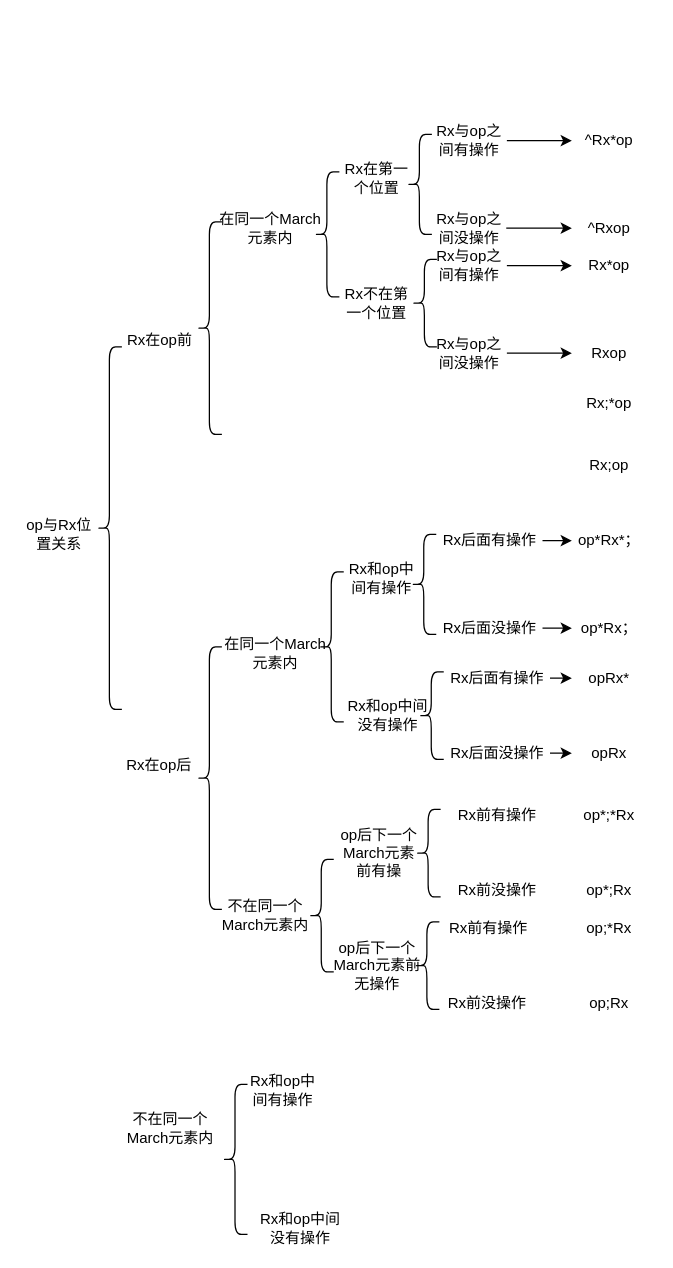
This is doc/rx_and_op.drawio from shanshan-lu/homwork, a draw.io file, before an edit. Source tidied: cells renumbered, new cells numbered last; positions are measured from the earlier drawing's top-left corner, leaving out a move shared by most shapes. Both pictures are drawn from the tidied source at 125%, with x=0, y=0 at pixel (21, 121).
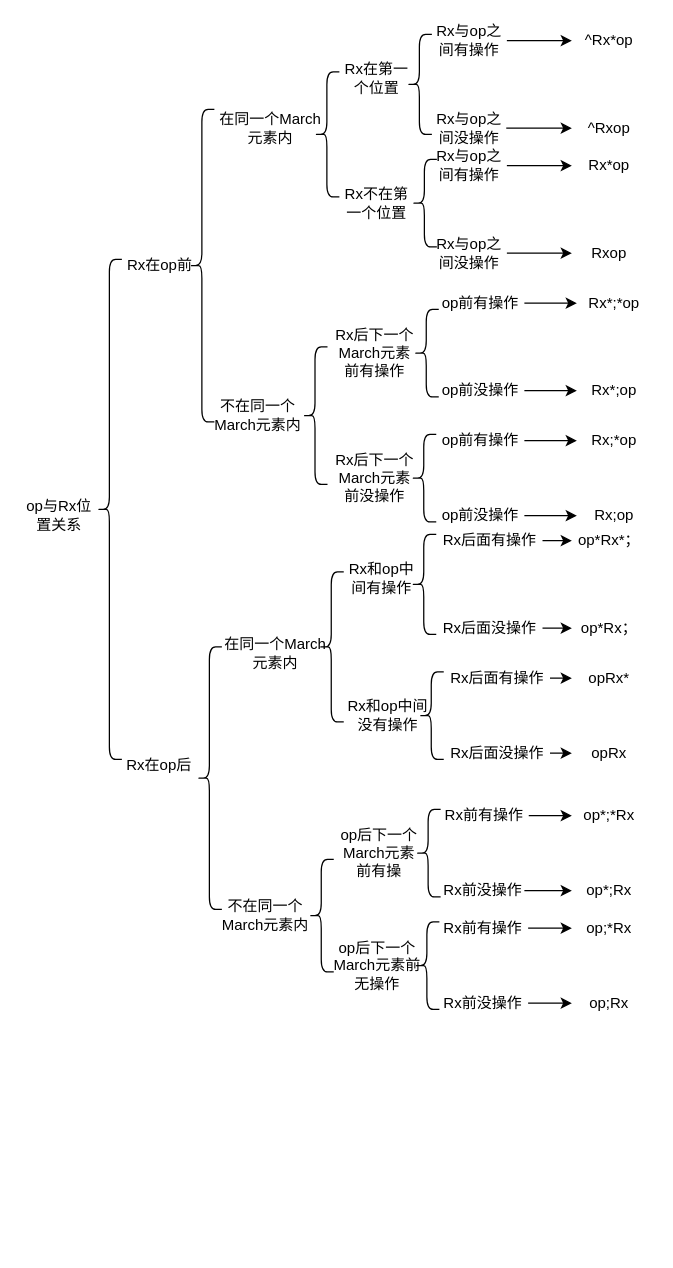
After the change.

The change refers to these unchanged cells:
```xml
<mxCell id="54" value="op*;Rx" style="text;html=1;strokeColor=none;fillColor=none;align=center;verticalAlign=middle;whiteSpace=wrap;rounded=0;" parent="1" vertex="1">
  <mxGeometry x="440" y="600" width="60" height="30" as="geometry" />
</mxCell>
<mxCell id="55" value="op;Rx" style="text;html=1;strokeColor=none;fillColor=none;align=center;verticalAlign=middle;whiteSpace=wrap;rounded=0;" parent="1" vertex="1">
  <mxGeometry x="440" y="690" width="60" height="30" as="geometry" />
</mxCell>
<mxCell id="62" value="op*;*Rx" style="text;html=1;strokeColor=none;fillColor=none;align=center;verticalAlign=middle;whiteSpace=wrap;rounded=0;" parent="1" vertex="1">
  <mxGeometry x="440" y="540" width="60" height="30" as="geometry" />
</mxCell>
<mxCell id="63" value="op;*Rx" style="text;html=1;strokeColor=none;fillColor=none;align=center;verticalAlign=middle;whiteSpace=wrap;rounded=0;" parent="1" vertex="1">
  <mxGeometry x="440" y="630" width="60" height="30" as="geometry" />
</mxCell>
```

The edit, as a diff of the source:
```diff
@@
     <mxCell id="2" style="shape=curlyBracket;whiteSpace=wrap;html=1;rounded=1;labelPosition=left;verticalLabelPosition=middle;align=right;verticalAlign=middle;" parent="1" vertex="1">
-      <mxGeometry x="60" y="180" width="20" height="290" as="geometry" />
+      <mxGeometry x="60" y="110" width="20" height="400" as="geometry" />
     </mxCell>
     <mxCell id="3" value="Rx在op前" style="text;html=1;align=center;verticalAlign=middle;strokeColor=none;fillColor=none;" parent="1" vertex="1">
-      <mxGeometry x="70" y="160" width="80" height="30" as="geometry" />
+      <mxGeometry x="69.5" y="100" width="80" height="30" as="geometry" />
     </mxCell>
@@
     <mxCell id="5" style="shape=curlyBracket;whiteSpace=wrap;html=1;rounded=1;labelPosition=left;verticalLabelPosition=middle;align=right;verticalAlign=middle;" parent="1" vertex="1">
-      <mxGeometry x="140" y="80" width="20" height="170" as="geometry" />
+      <mxGeometry x="134" y="-10" width="20" height="250" as="geometry" />
     </mxCell>
     <mxCell id="6" value="在同一个March元素内" style="text;html=1;strokeColor=none;fillColor=none;align=center;verticalAlign=middle;whiteSpace=wrap;rounded=0;" parent="1" vertex="1">
-      <mxGeometry x="154" y="70" width="90" height="30" as="geometry" />
+      <mxGeometry x="154" y="-10" width="90" height="30" as="geometry" />
     </mxCell>
     <mxCell id="7" value="不在同一个March元素内" style="text;html=1;strokeColor=none;fillColor=none;align=center;verticalAlign=middle;whiteSpace=wrap;rounded=0;" parent="1" vertex="1">
-      <mxGeometry x="74" y="790" width="90" height="30" as="geometry" />
+      <mxGeometry x="144" y="220" width="90" height="30" as="geometry" />
     </mxCell>
@@
     <mxCell id="11" style="shape=curlyBracket;whiteSpace=wrap;html=1;rounded=1;labelPosition=left;verticalLabelPosition=middle;align=right;verticalAlign=middle;" parent="1" vertex="1">
-      <mxGeometry x="234" y="40" width="20" height="100" as="geometry" />
+      <mxGeometry x="234" y="-40" width="20" height="100" as="geometry" />
     </mxCell>
@@
     <mxCell id="14" value="Rx在第一个位置" style="text;html=1;strokeColor=none;fillColor=none;align=center;verticalAlign=middle;whiteSpace=wrap;rounded=0;" parent="1" vertex="1">
-      <mxGeometry x="254" y="30" width="60" height="30" as="geometry" />
+      <mxGeometry x="254" y="-50" width="60" height="30" as="geometry" />
     </mxCell>
     <mxCell id="15" value="Rx不在第一个位置" style="text;html=1;strokeColor=none;fillColor=none;align=center;verticalAlign=middle;whiteSpace=wrap;rounded=0;" parent="1" vertex="1">
-      <mxGeometry x="254" y="130" width="60" height="30" as="geometry" />
+      <mxGeometry x="254" y="50" width="60" height="30" as="geometry" />
     </mxCell>
@@
     <mxCell id="30" style="shape=curlyBracket;whiteSpace=wrap;html=1;rounded=1;labelPosition=left;verticalLabelPosition=middle;align=right;verticalAlign=middle;" parent="1" vertex="1">
-      <mxGeometry x="160.5" y="770" width="20" height="120" as="geometry" />
+      <mxGeometry x="224.5" y="180" width="20" height="110" as="geometry" />
     </mxCell>
-    <mxCell id="31" value="Rx和op中间有操作" style="text;html=1;strokeColor=none;fillColor=none;align=center;verticalAlign=middle;whiteSpace=wrap;rounded=0;" parent="1" vertex="1">
-      <mxGeometry x="179" y="760" width="60" height="30" as="geometry" />
+    <mxCell id="31" value="Rx后下一个March元素前有操作" style="text;html=1;strokeColor=none;fillColor=none;align=center;verticalAlign=middle;whiteSpace=wrap;rounded=0;" parent="1" vertex="1">
+      <mxGeometry x="247" y="170" width="71" height="30" as="geometry" />
     </mxCell>
-    <mxCell id="32" value="Rx和op中间没有操作" style="text;html=1;strokeColor=none;fillColor=none;align=center;verticalAlign=middle;whiteSpace=wrap;rounded=0;" parent="1" vertex="1">
-      <mxGeometry x="187.5" y="870" width="70" height="30" as="geometry" />
-    </mxCell>
     <mxCell id="33" value="op与Rx位置关系" style="text;html=1;strokeColor=none;fillColor=none;align=center;verticalAlign=middle;whiteSpace=wrap;rounded=0;" parent="1" vertex="1">
-      <mxGeometry y="315" width="60" height="30" as="geometry" />
+      <mxGeometry y="300" width="60" height="30" as="geometry" />
     </mxCell>
     <mxCell id="34" style="shape=curlyBracket;whiteSpace=wrap;html=1;rounded=1;labelPosition=left;verticalLabelPosition=middle;align=right;verticalAlign=middle;" parent="1" vertex="1">
-      <mxGeometry x="308" y="10" width="20" height="80" as="geometry" />
+      <mxGeometry x="308" y="-70" width="20" height="80" as="geometry" />
     </mxCell>
     <mxCell id="35" style="shape=curlyBracket;whiteSpace=wrap;html=1;rounded=1;labelPosition=left;verticalLabelPosition=middle;align=right;verticalAlign=middle;" parent="1" vertex="1">
-      <mxGeometry x="312" y="110" width="20" height="70" as="geometry" />
+      <mxGeometry x="312" y="30" width="20" height="70" as="geometry" />
     </mxCell>
@@
     <mxCell id="37" value="Rx与op之间有操作" style="text;html=1;strokeColor=none;fillColor=none;align=center;verticalAlign=middle;whiteSpace=wrap;rounded=0;" parent="1" vertex="1">
-      <mxGeometry x="328" width="60" height="30" as="geometry" />
+      <mxGeometry x="328" y="-80" width="60" height="30" as="geometry" />
     </mxCell>
@@
     <mxCell id="39" value="Rx与op之间没操作" style="text;html=1;strokeColor=none;fillColor=none;align=center;verticalAlign=middle;whiteSpace=wrap;rounded=0;" parent="1" vertex="1">
-      <mxGeometry x="327.5" y="70" width="60" height="30" as="geometry" />
+      <mxGeometry x="327.5" y="-10" width="60" height="30" as="geometry" />
     </mxCell>
@@
     <mxCell id="41" value="Rx与op之间有操作" style="text;html=1;strokeColor=none;fillColor=none;align=center;verticalAlign=middle;whiteSpace=wrap;rounded=0;" parent="1" vertex="1">
-      <mxGeometry x="328" y="100" width="60" height="30" as="geometry" />
+      <mxGeometry x="328" y="20" width="60" height="30" as="geometry" />
     </mxCell>
@@
     <mxCell id="43" value="Rx与op之间没操作" style="text;html=1;strokeColor=none;fillColor=none;align=center;verticalAlign=middle;whiteSpace=wrap;rounded=0;" parent="1" vertex="1">
-      <mxGeometry x="328" y="170" width="60" height="30" as="geometry" />
+      <mxGeometry x="328" y="90" width="60" height="30" as="geometry" />
     </mxCell>
     <mxCell id="44" value="^Rx*op" style="text;html=1;strokeColor=none;fillColor=none;align=center;verticalAlign=middle;whiteSpace=wrap;rounded=0;" parent="1" vertex="1">
-      <mxGeometry x="440" width="60" height="30" as="geometry" />
+      <mxGeometry x="440" y="-80" width="60" height="30" as="geometry" />
     </mxCell>
     <mxCell id="45" value="^Rxop" style="text;html=1;strokeColor=none;fillColor=none;align=center;verticalAlign=middle;whiteSpace=wrap;rounded=0;" parent="1" vertex="1">
-      <mxGeometry x="440" y="70" width="60" height="30" as="geometry" />
+      <mxGeometry x="440" y="-10" width="60" height="30" as="geometry" />
     </mxCell>
     <mxCell id="46" value="Rx*op" style="text;html=1;strokeColor=none;fillColor=none;align=center;verticalAlign=middle;whiteSpace=wrap;rounded=0;" parent="1" vertex="1">
-      <mxGeometry x="440" y="100" width="60" height="30" as="geometry" />
+      <mxGeometry x="440" y="20" width="60" height="30" as="geometry" />
     </mxCell>
     <mxCell id="47" value="Rxop" style="text;html=1;strokeColor=none;fillColor=none;align=center;verticalAlign=middle;whiteSpace=wrap;rounded=0;" parent="1" vertex="1">
-      <mxGeometry x="440" y="170" width="60" height="30" as="geometry" />
+      <mxGeometry x="440" y="90" width="60" height="30" as="geometry" />
     </mxCell>
-    <mxCell id="48" value="Rx;*op" style="text;html=1;strokeColor=none;fillColor=none;align=center;verticalAlign=middle;whiteSpace=wrap;rounded=0;" parent="1" vertex="1">
-      <mxGeometry x="440" y="210" width="60" height="30" as="geometry" />
+    <mxCell id="48" value="Rx*;*op" style="text;html=1;strokeColor=none;fillColor=none;align=center;verticalAlign=middle;whiteSpace=wrap;rounded=0;" parent="1" vertex="1">
+      <mxGeometry x="444" y="130" width="60" height="30" as="geometry" />
     </mxCell>
     <mxCell id="49" value="Rx;op" style="text;html=1;strokeColor=none;fillColor=none;align=center;verticalAlign=middle;whiteSpace=wrap;rounded=0;" parent="1" vertex="1">
-      <mxGeometry x="440" y="260" width="60" height="30" as="geometry" />
+      <mxGeometry x="444" y="300" width="60" height="30" as="geometry" />
     </mxCell>
@@
-    <mxCell id="57" value="Rx前有操作" style="text;html=1;align=center;verticalAlign=middle;strokeColor=none;fillColor=none;" parent="1" vertex="1">
-      <mxGeometry x="335" y="540" width="90" height="30" as="geometry" />
-    </mxCell>
-    <mxCell id="58" value="Rx前没操作" style="text;html=1;align=center;verticalAlign=middle;strokeColor=none;fillColor=none;" parent="1" vertex="1">
-      <mxGeometry x="335" y="600" width="90" height="30" as="geometry" />
-    </mxCell>
@@
-    <mxCell id="60" value="Rx前有操作" style="text;html=1;align=center;verticalAlign=middle;strokeColor=none;fillColor=none;" parent="1" vertex="1">
-      <mxGeometry x="328" y="630" width="90" height="30" as="geometry" />
-    </mxCell>
-    <mxCell id="61" value="Rx前没操作" style="text;html=1;align=center;verticalAlign=middle;strokeColor=none;fillColor=none;" parent="1" vertex="1">
-      <mxGeometry x="326.5" y="690" width="90" height="30" as="geometry" />
-    </mxCell>
@@
+    <mxCell id="64" value="Rx后下一个March元素前没操作" style="text;html=1;strokeColor=none;fillColor=none;align=center;verticalAlign=middle;whiteSpace=wrap;rounded=0;" parent="1" vertex="1">
+      <mxGeometry x="247" y="270" width="71" height="30" as="geometry" />
+    </mxCell>
+    <mxCell id="65" style="shape=curlyBracket;whiteSpace=wrap;html=1;rounded=1;labelPosition=left;verticalLabelPosition=middle;align=right;verticalAlign=middle;" parent="1" vertex="1">
+      <mxGeometry x="313.5" y="150" width="20" height="70" as="geometry" />
+    </mxCell>
+    <mxCell id="66" style="shape=curlyBracket;whiteSpace=wrap;html=1;rounded=1;labelPosition=left;verticalLabelPosition=middle;align=right;verticalAlign=middle;" parent="1" vertex="1">
+      <mxGeometry x="311.5" y="250" width="20" height="70" as="geometry" />
+    </mxCell>
+    <mxCell id="67" style="edgeStyle=orthogonalEdgeStyle;rounded=0;jettySize=auto;html=1;exitX=1;exitY=0.5;exitDx=0;exitDy=0;entryX=0;entryY=0.5;entryDx=0;entryDy=0;" parent="1" edge="1" source="68" target="48">
+      <mxGeometry relative="1" as="geometry" />
+    </mxCell>
+    <mxCell id="68" value="op前有操作" style="text;html=1;strokeColor=none;fillColor=none;align=center;verticalAlign=middle;whiteSpace=wrap;rounded=0;" parent="1" vertex="1">
+      <mxGeometry x="332" y="130" width="70" height="30" as="geometry" />
+    </mxCell>
+    <mxCell id="69" style="edgeStyle=orthogonalEdgeStyle;rounded=0;jettySize=auto;html=1;exitX=1;exitY=0.5;exitDx=0;exitDy=0;entryX=0;entryY=0.5;entryDx=0;entryDy=0;" parent="1" edge="1" source="70" target="75">
+      <mxGeometry relative="1" as="geometry" />
+    </mxCell>
+    <mxCell id="70" value="op前没操作" style="text;html=1;strokeColor=none;fillColor=none;align=center;verticalAlign=middle;whiteSpace=wrap;rounded=0;" parent="1" vertex="1">
+      <mxGeometry x="332" y="200" width="70" height="30" as="geometry" />
+    </mxCell>
+    <mxCell id="71" style="edgeStyle=orthogonalEdgeStyle;rounded=0;jettySize=auto;html=1;exitX=1;exitY=0.5;exitDx=0;exitDy=0;entryX=0;entryY=0.5;entryDx=0;entryDy=0;" parent="1" edge="1" source="72" target="76">
+      <mxGeometry relative="1" as="geometry" />
+    </mxCell>
+    <mxCell id="72" value="op前有操作" style="text;html=1;strokeColor=none;fillColor=none;align=center;verticalAlign=middle;whiteSpace=wrap;rounded=0;" parent="1" vertex="1">
+      <mxGeometry x="332" y="240" width="70" height="30" as="geometry" />
+    </mxCell>
+    <mxCell id="73" style="edgeStyle=orthogonalEdgeStyle;rounded=0;jettySize=auto;html=1;exitX=1;exitY=0.5;exitDx=0;exitDy=0;entryX=0;entryY=0.5;entryDx=0;entryDy=0;" parent="1" edge="1" source="74" target="49">
+      <mxGeometry relative="1" as="geometry" />
+    </mxCell>
+    <mxCell id="74" value="op前没操作" style="text;html=1;strokeColor=none;fillColor=none;align=center;verticalAlign=middle;whiteSpace=wrap;rounded=0;" parent="1" vertex="1">
+      <mxGeometry x="332" y="300" width="70" height="30" as="geometry" />
+    </mxCell>
+    <mxCell id="75" value="Rx*;op" style="text;html=1;strokeColor=none;fillColor=none;align=center;verticalAlign=middle;whiteSpace=wrap;rounded=0;" parent="1" vertex="1">
+      <mxGeometry x="444" y="200" width="60" height="30" as="geometry" />
+    </mxCell>
+    <mxCell id="76" value="Rx;*op" style="text;html=1;strokeColor=none;fillColor=none;align=center;verticalAlign=middle;whiteSpace=wrap;rounded=0;" parent="1" vertex="1">
+      <mxGeometry x="444" y="240" width="60" height="30" as="geometry" />
+    </mxCell>
+    <mxCell id="77" style="edgeStyle=orthogonalEdgeStyle;rounded=0;jettySize=auto;html=1;exitX=1;exitY=0.5;exitDx=0;exitDy=0;entryX=0;entryY=0.5;entryDx=0;entryDy=0;" parent="1" edge="1" source="78" target="62">
+      <mxGeometry relative="1" as="geometry" />
+    </mxCell>
+    <mxCell id="78" value="Rx前有操作" style="text;html=1;strokeColor=none;fillColor=none;align=center;verticalAlign=middle;whiteSpace=wrap;rounded=0;" parent="1" vertex="1">
+      <mxGeometry x="333.5" y="540" width="72" height="30" as="geometry" />
+    </mxCell>
+    <mxCell id="79" style="edgeStyle=orthogonalEdgeStyle;rounded=0;jettySize=auto;html=1;exitX=1;exitY=0.5;exitDx=0;exitDy=0;entryX=0;entryY=0.5;entryDx=0;entryDy=0;" parent="1" edge="1" source="80" target="54">
+      <mxGeometry relative="1" as="geometry" />
+    </mxCell>
+    <mxCell id="80" value="Rx前没操作" style="text;html=1;strokeColor=none;fillColor=none;align=center;verticalAlign=middle;whiteSpace=wrap;rounded=0;" parent="1" vertex="1">
+      <mxGeometry x="336" y="600" width="66" height="30" as="geometry" />
+    </mxCell>
+    <mxCell id="81" style="edgeStyle=orthogonalEdgeStyle;rounded=0;jettySize=auto;html=1;exitX=1;exitY=0.5;exitDx=0;exitDy=0;entryX=0;entryY=0.5;entryDx=0;entryDy=0;" parent="1" edge="1" source="82" target="63">
+      <mxGeometry relative="1" as="geometry" />
+    </mxCell>
+    <mxCell id="82" value="Rx前有操作" style="text;html=1;strokeColor=none;fillColor=none;align=center;verticalAlign=middle;whiteSpace=wrap;rounded=0;" parent="1" vertex="1">
+      <mxGeometry x="333" y="630" width="72" height="30" as="geometry" />
+    </mxCell>
+    <mxCell id="83" style="edgeStyle=orthogonalEdgeStyle;rounded=0;jettySize=auto;html=1;exitX=1;exitY=0.5;exitDx=0;exitDy=0;" parent="1" edge="1" source="84" target="55">
+      <mxGeometry relative="1" as="geometry" />
+    </mxCell>
+    <mxCell id="84" value="Rx前没操作" style="text;html=1;strokeColor=none;fillColor=none;align=center;verticalAlign=middle;whiteSpace=wrap;rounded=0;" parent="1" vertex="1">
+      <mxGeometry x="333" y="690" width="72" height="30" as="geometry" />
+    </mxCell>
```
